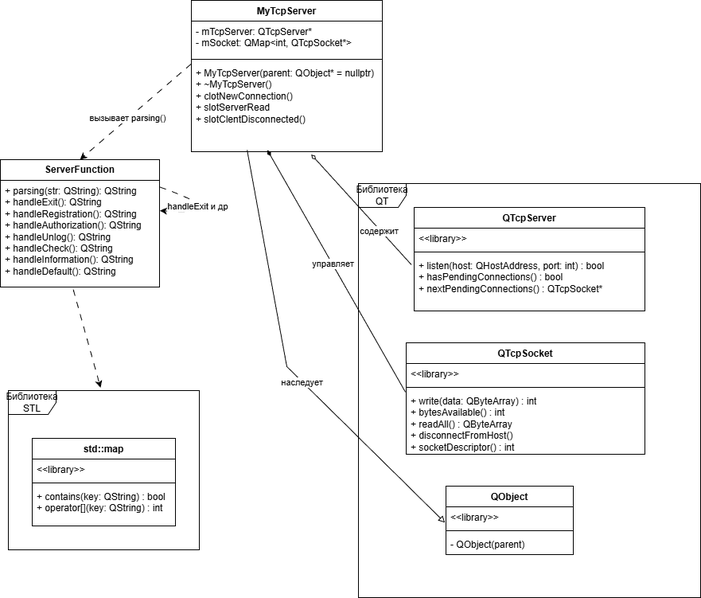
Above: diargamma/Class_diagram.drawio.png in lububu-ai/DreamTeam (draw.io), before the change. Source tidied: cells renumbered, new cells last; positions are measured from the earlier drawing's top-left corner, leaving out a move shared by most shapes.
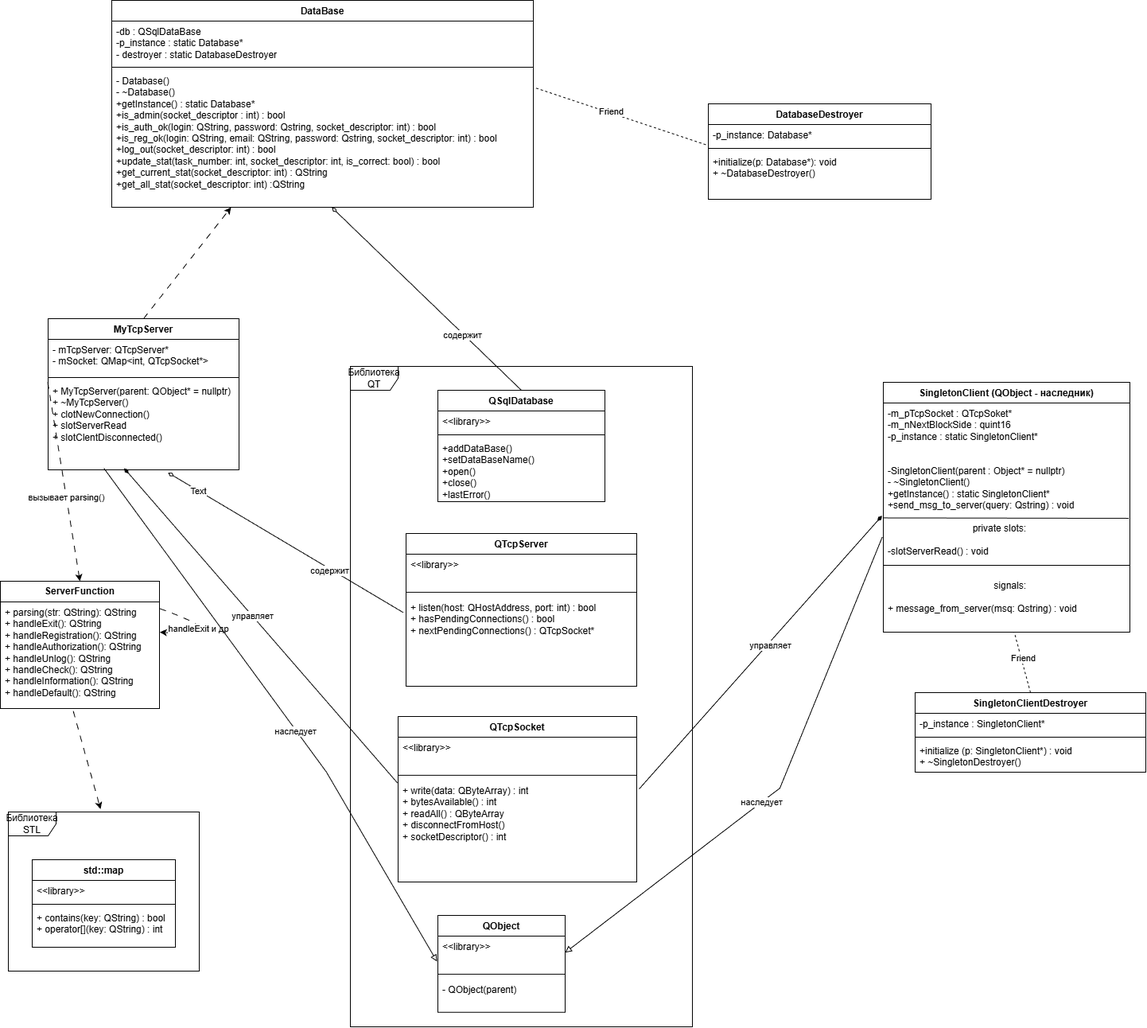
After the change.

What changed in the source:
```diff
@@ -3,7 +3,7 @@
     <mxCell id="0" />
     <mxCell id="1" parent="0" />
     <mxCell id="2" value="MyTcpServer" style="swimlane;fontStyle=1;align=center;verticalAlign=top;horizontal=1;startSize=26;whiteSpace=wrap;html=1;" parent="1" vertex="1">
-      <mxGeometry x="240" width="240" height="190" as="geometry" />
+      <mxGeometry x="60" y="-130" width="240" height="190" as="geometry" />
     </mxCell>
     <mxCell id="3" value="- mTcpServer: QTcpServer*&lt;div&gt;- mSocket: QMap&amp;lt;int, QTcpSocket*&amp;gt;&lt;br&gt;&lt;div&gt;&lt;br&gt;&lt;/div&gt;&lt;/div&gt;" style="text;strokeColor=none;fillColor=none;align=left;verticalAlign=top;spacingLeft=4;spacingRight=4;overflow=hidden;whiteSpace=wrap;html=1;" parent="2" vertex="1">
       <mxGeometry y="26" width="240" height="44" as="geometry" />
@@ -49,51 +49,63 @@
       <mxGeometry y="60" width="180" height="50" as="geometry" />
     </mxCell>
     <mxCell id="16" style="group;" parent="1" vertex="1">
-      <mxGeometry x="450" y="230" width="430" height="520" as="geometry" />
+      <mxGeometry x="440" y="-70" width="430" height="830" as="geometry" />
     </mxCell>
     <mxCell id="17" value="Библиотека QT" style="shape=umlFrame;whiteSpace=wrap;html=1;" parent="16" vertex="1">
-      <mxGeometry width="430" height="520" as="geometry" />
+      <mxGeometry width="430" height="830" as="geometry" />
     </mxCell>
     <mxCell id="18" value="QTcpServer" style="swimlane;fontStyle=1;align=center;verticalAlign=top;horizontal=1;startSize=26;whiteSpace=wrap;html=1;" parent="16" vertex="1">
-      <mxGeometry x="70" y="30" width="290" height="130" as="geometry" />
+      <mxGeometry x="70" y="210" width="290" height="192" as="geometry" />
     </mxCell>
     <mxCell id="19" value="&amp;lt;&amp;lt;library&amp;gt;&amp;gt;" style="text;strokeColor=none;fillColor=none;align=left;verticalAlign=top;spacingLeft=4;spacingRight=4;overflow=hidden;whiteSpace=wrap;html=1;" parent="18" vertex="1">
-      <mxGeometry y="26" width="290" height="26" as="geometry" />
+      <mxGeometry y="26" width="290" height="41.5" as="geometry" />
     </mxCell>
     <mxCell id="20" style="line;strokeWidth=1;fillColor=none;align=left;verticalAlign=middle;spacingTop=-1;spacingLeft=3;spacingRight=3;labelPosition=right;strokeColor=inherit;" parent="18" vertex="1">
-      <mxGeometry y="52" width="290" height="8" as="geometry" />
+      <mxGeometry y="67.5" width="290" height="12.8" as="geometry" />
     </mxCell>
     <mxCell id="21" value="+ listen(host: QHostAddress, port: int) : bool&lt;div&gt;+ hasPendingConnections() : bool&lt;/div&gt;&lt;div&gt;+ nextPendingConnections() : QTcpSocket*&lt;/div&gt;" style="text;strokeColor=none;fillColor=none;align=left;verticalAlign=top;spacingLeft=4;spacingRight=4;overflow=hidden;points=[[0,0.5],[1,0.5]];portConstraint=eastwest;whiteSpace=wrap;html=1;" parent="18" vertex="1">
-      <mxGeometry y="60" width="290" height="70" as="geometry" />
+      <mxGeometry y="80.3" width="290" height="111.7" as="geometry" />
     </mxCell>
     <mxCell id="22" value="QTcpSocket" style="swimlane;fontStyle=1;align=center;verticalAlign=top;horizontal=1;startSize=26;whiteSpace=wrap;html=1;" parent="16" vertex="1">
-      <mxGeometry x="60" y="200" width="300" height="140" as="geometry" />
+      <mxGeometry x="60" y="440" width="300" height="208" as="geometry" />
     </mxCell>
     <mxCell id="23" value="&amp;lt;&amp;lt;library&amp;gt;&amp;gt;" style="text;strokeColor=none;fillColor=none;align=left;verticalAlign=top;spacingLeft=4;spacingRight=4;overflow=hidden;whiteSpace=wrap;html=1;" parent="22" vertex="1">
-      <mxGeometry y="26" width="300" height="26" as="geometry" />
+      <mxGeometry y="26" width="300" height="41.5" as="geometry" />
     </mxCell>
     <mxCell id="24" style="line;strokeWidth=1;fillColor=none;align=left;verticalAlign=middle;spacingTop=-1;spacingLeft=3;spacingRight=3;labelPosition=right;strokeColor=inherit;" parent="22" vertex="1">
-      <mxGeometry y="52" width="300" height="8" as="geometry" />
+      <mxGeometry y="67.5" width="300" height="12.8" as="geometry" />
     </mxCell>
     <mxCell id="25" value="+ write(data: QByteArray) : int&lt;div&gt;+ bytesAvailable() : int&lt;/div&gt;&lt;div&gt;+ readAll() : QByteArray&lt;/div&gt;&lt;div&gt;+ disconnectFromHost()&lt;/div&gt;&lt;div&gt;+ socketDescriptor() : int&lt;/div&gt;&lt;div&gt;&lt;br&gt;&lt;/div&gt;" style="text;strokeColor=none;fillColor=none;align=left;verticalAlign=top;spacingLeft=4;spacingRight=4;overflow=hidden;points=[[0,0.5],[1,0.5]];portConstraint=eastwest;whiteSpace=wrap;html=1;" parent="22" vertex="1">
-      <mxGeometry y="60" width="300" height="80" as="geometry" />
+      <mxGeometry y="80.3" width="300" height="127.7" as="geometry" />
     </mxCell>
     <mxCell id="26" value="QObject" style="swimlane;fontStyle=1;align=center;verticalAlign=top;horizontal=1;startSize=26;whiteSpace=wrap;html=1;" parent="16" vertex="1">
-      <mxGeometry x="110" y="380" width="160" height="86" as="geometry" />
+      <mxGeometry x="110" y="690" width="160" height="121.8" as="geometry" />
     </mxCell>
     <mxCell id="27" value="&amp;lt;&amp;lt;library&amp;gt;&amp;gt;" style="text;strokeColor=none;fillColor=none;align=left;verticalAlign=top;spacingLeft=4;spacingRight=4;overflow=hidden;points=[[0,0.5],[1,0.5]];portConstraint=eastwest;whiteSpace=wrap;html=1;" parent="26" vertex="1">
-      <mxGeometry y="26" width="160" height="26" as="geometry" />
+      <mxGeometry y="26" width="160" height="41.5" as="geometry" />
     </mxCell>
     <mxCell id="28" style="line;strokeWidth=1;fillColor=none;align=left;verticalAlign=middle;spacingTop=-1;spacingLeft=3;spacingRight=3;labelPosition=right;strokeColor=inherit;" parent="26" vertex="1">
-      <mxGeometry y="52" width="160" height="8" as="geometry" />
+      <mxGeometry y="67.5" width="160" height="12.8" as="geometry" />
     </mxCell>
     <mxCell id="29" value="- QObject(parent)" style="text;strokeColor=none;fillColor=none;align=left;verticalAlign=top;spacingLeft=4;spacingRight=4;overflow=hidden;whiteSpace=wrap;html=1;" parent="26" vertex="1">
-      <mxGeometry y="60" width="160" height="26" as="geometry" />
+      <mxGeometry y="80.3" width="160" height="41.5" as="geometry" />
     </mxCell>
+    <mxCell id="39" value="QSqlDatabase" style="swimlane;fontStyle=1;align=center;verticalAlign=top;horizontal=1;startSize=26;whiteSpace=wrap;html=1;" parent="16" vertex="1">
+      <mxGeometry x="110" y="30" width="210" height="140" as="geometry" />
+    </mxCell>
+    <mxCell id="40" value="&amp;lt;&amp;lt;library&amp;gt;&amp;gt;" style="text;strokeColor=none;fillColor=none;align=left;verticalAlign=top;spacingLeft=4;spacingRight=4;overflow=hidden;whiteSpace=wrap;html=1;" parent="39" vertex="1">
+      <mxGeometry y="26" width="210" height="26" as="geometry" />
+    </mxCell>
+    <mxCell id="41" style="line;strokeWidth=1;fillColor=none;align=left;verticalAlign=middle;spacingTop=-1;spacingLeft=3;spacingRight=3;labelPosition=right;strokeColor=inherit;" parent="39" vertex="1">
+      <mxGeometry y="52" width="210" height="8" as="geometry" />
+    </mxCell>
+    <mxCell id="42" value="+addDataBase()&lt;div&gt;+setDataBaseName()&lt;/div&gt;&lt;div&gt;+open()&lt;/div&gt;&lt;div&gt;+close()&lt;/div&gt;&lt;div&gt;+lastError()&lt;br&gt;&lt;div&gt;&lt;br&gt;&lt;/div&gt;&lt;/div&gt;" style="text;strokeColor=none;fillColor=none;align=left;verticalAlign=top;spacingLeft=4;spacingRight=4;overflow=hidden;whiteSpace=wrap;html=1;" parent="39" vertex="1">
+      <mxGeometry y="60" width="210" height="80" as="geometry" />
+    </mxCell>
     <mxCell id="30" style="endArrow=block;html=1;rounded=0;exitX=0.292;exitY=0.982;exitDx=0;exitDy=0;exitPerimeter=0;entryX=-0.007;entryY=0.769;entryDx=0;entryDy=0;entryPerimeter=0;endFill=0;" parent="1" edge="1" source="5" target="27">
       <mxGeometry relative="1" as="geometry">
         <Array as="points">
-          <mxPoint x="360" y="460" />
+          <mxPoint x="410" y="440" />
         </Array>
       </mxGeometry>
     </mxCell>
@@ -108,6 +120,11 @@
         <mxPoint x="-1" as="offset" />
       </mxGeometry>
     </mxCell>
+    <mxCell id="43" value="Text" style="edgeLabel;html=1;align=center;verticalAlign=middle;" parent="32" vertex="1">
+      <mxGeometry x="0.74" relative="1" as="geometry">
+        <mxPoint x="-1" as="offset" />
+      </mxGeometry>
+    </mxCell>
     <mxCell id="34" style="endArrow=diamondThin;html=1;rounded=0;exitX=-0.003;exitY=0.025;exitDx=0;exitDy=0;exitPerimeter=0;endFill=1;entryX=0.398;entryY=0.982;entryDx=0;entryDy=0;entryPerimeter=0;" parent="1" edge="1" source="25" target="5">
       <mxGeometry relative="1" as="geometry" />
     </mxCell>
@@ -125,5 +142,116 @@
     <mxCell id="38" style="endArrow=classic;html=1;rounded=0;exitX=0.458;exitY=1.024;exitDx=0;exitDy=0;exitPerimeter=0;entryX=0.483;entryY=-0.018;entryDx=0;entryDy=0;entryPerimeter=0;dashed=1;dashPattern=8 8;" parent="1" edge="1" source="7" target="11">
       <mxGeometry relative="1" as="geometry" />
     </mxCell>
+    <mxCell id="44" value="SingletonClient (QObject - наследник)&lt;div&gt;&lt;br&gt;&lt;/div&gt;" style="swimlane;fontStyle=1;align=center;verticalAlign=top;horizontal=1;startSize=26;whiteSpace=wrap;html=1;" parent="1" vertex="1">
+      <mxGeometry x="1110" y="-50" width="310" height="314" as="geometry" />
+    </mxCell>
+    <mxCell id="45" style="group;" parent="44" vertex="1">
+      <mxGeometry y="26" width="310" height="288" as="geometry" />
+    </mxCell>
+    <mxCell id="46" value="-m_pTcpSocket : QTcpSoket*&lt;div&gt;-m_nNextBlockSide : quint16&lt;/div&gt;&lt;div&gt;-p_instance : static SingletonClient*&lt;/div&gt;" style="text;strokeColor=none;fillColor=none;align=left;verticalAlign=top;spacingLeft=4;spacingRight=4;overflow=hidden;whiteSpace=wrap;html=1;" parent="45" vertex="1">
+      <mxGeometry width="310" height="64" as="geometry" />
+    </mxCell>
+    <mxCell id="47" style="line;strokeWidth=1;fillColor=none;align=left;verticalAlign=middle;spacingTop=-1;spacingLeft=3;spacingRight=3;labelPosition=right;strokeColor=inherit;" parent="45" vertex="1">
+      <mxGeometry y="64" width="310" height="8" as="geometry" />
+    </mxCell>
+    <mxCell id="48" value="-SingletonClient(parent : Object* = nullptr)&lt;div&gt;- ~SingletonClient()&lt;/div&gt;&lt;div&gt;+getInstance() : static SingletonClient*&lt;/div&gt;&lt;div&gt;+send_msg_to_server(query: Qstring) : void&lt;/div&gt;" style="text;strokeColor=none;fillColor=none;align=left;verticalAlign=top;spacingLeft=4;spacingRight=4;overflow=hidden;whiteSpace=wrap;html=1;" parent="45" vertex="1">
+      <mxGeometry y="72" width="310" height="72" as="geometry" />
+    </mxCell>
+    <mxCell id="49" value="&lt;span style=&quot;white-space: pre;&quot;&gt;&#9;&lt;/span&gt;&lt;span style=&quot;white-space: pre;&quot;&gt;&#9;&lt;/span&gt;&lt;span style=&quot;white-space: pre;&quot;&gt;&#9;&lt;span style=&quot;white-space: pre;&quot;&gt;&#9;&lt;/span&gt;&lt;/span&gt;private slots:&lt;div&gt;&lt;br&gt;&lt;div&gt;-slotServerRead() : void&lt;/div&gt;&lt;div&gt;&lt;br&gt;&lt;/div&gt;&lt;/div&gt;" style="text;strokeColor=none;fillColor=none;align=left;verticalAlign=top;spacingLeft=4;spacingRight=4;overflow=hidden;points=[[0,0.5],[1,0.5]];portConstraint=eastwest;whiteSpace=wrap;html=1;" parent="45" vertex="1">
+      <mxGeometry y="144" width="310" height="72" as="geometry" />
+    </mxCell>
+    <mxCell id="50" style="endArrow=none;html=1;rounded=0;exitX=0.001;exitY=0.006;exitDx=0;exitDy=0;exitPerimeter=0;entryX=0.995;entryY=0.013;entryDx=0;entryDy=0;entryPerimeter=0;" parent="45" edge="1" source="49" target="49">
+      <mxGeometry relative="1" as="geometry" />
+    </mxCell>
+    <mxCell id="51" style="endArrow=none;html=1;rounded=0;exitX=0;exitY=0.5;exitDx=0;exitDy=0;entryX=1;entryY=0.5;entryDx=0;entryDy=0;" parent="45" edge="1">
+      <mxGeometry relative="1" as="geometry">
+        <mxPoint y="204" as="sourcePoint" />
+        <mxPoint x="310" y="204" as="targetPoint" />
+      </mxGeometry>
+    </mxCell>
+    <mxCell id="52" value="&lt;span style=&quot;white-space: pre;&quot;&gt;&#9;&lt;/span&gt;&lt;span style=&quot;white-space: pre;&quot;&gt;&#9;&lt;/span&gt;&lt;span style=&quot;white-space: pre;&quot;&gt;&#9;&lt;/span&gt;&lt;span style=&quot;white-space: pre;&quot;&gt;&#9;&lt;/span&gt;&lt;span style=&quot;white-space: pre;&quot;&gt;&#9;&lt;/span&gt;signals:&lt;div&gt;&lt;br&gt;&lt;/div&gt;&lt;div&gt;+ message_from_server(msq: Qstring) : void&lt;br&gt;&lt;div&gt;&lt;br&gt;&lt;/div&gt;&lt;/div&gt;" style="text;strokeColor=none;fillColor=none;align=left;verticalAlign=top;spacingLeft=4;spacingRight=4;overflow=hidden;points=[[0,0.5],[1,0.5]];portConstraint=eastwest;whiteSpace=wrap;html=1;" parent="45" vertex="1">
+      <mxGeometry y="216" width="310" height="72" as="geometry" />
+    </mxCell>
+    <mxCell id="53" style="endArrow=diamondThin;html=1;rounded=0;exitX=1.01;exitY=0.085;exitDx=0;exitDy=0;exitPerimeter=0;endFill=1;entryX=-0.005;entryY=-0.032;entryDx=0;entryDy=0;entryPerimeter=0;" parent="1" edge="1" source="25" target="49">
+      <mxGeometry relative="1" as="geometry" />
+    </mxCell>
+    <mxCell id="54" value="управляет" style="edgeLabel;html=1;align=center;verticalAlign=middle;" parent="53" vertex="1">
+      <mxGeometry x="0.07" y="-1" relative="1" as="geometry">
+        <mxPoint y="1" as="offset" />
+      </mxGeometry>
+    </mxCell>
+    <mxCell id="55" value="SingletonClientDestroyer" style="swimlane;fontStyle=1;align=center;verticalAlign=top;horizontal=1;startSize=26;whiteSpace=wrap;html=1;" parent="1" vertex="1">
+      <mxGeometry x="1150" y="340" width="290" height="100" as="geometry" />
+    </mxCell>
+    <mxCell id="56" value="-p_instance : SingletonClient*" style="text;strokeColor=none;fillColor=none;align=left;verticalAlign=top;spacingLeft=4;spacingRight=4;overflow=hidden;whiteSpace=wrap;html=1;" parent="55" vertex="1">
+      <mxGeometry y="26" width="290" height="26" as="geometry" />
+    </mxCell>
+    <mxCell id="57" style="line;strokeWidth=1;fillColor=none;align=left;verticalAlign=middle;spacingTop=-1;spacingLeft=3;spacingRight=3;labelPosition=right;strokeColor=inherit;" parent="55" vertex="1">
+      <mxGeometry y="52" width="290" height="8" as="geometry" />
+    </mxCell>
+    <mxCell id="58" value="+initialize (p: SingletonClient*) : void&lt;div&gt;+ ~SingletonDestroyer()&lt;/div&gt;" style="text;strokeColor=none;fillColor=none;align=left;verticalAlign=top;spacingLeft=4;spacingRight=4;overflow=hidden;whiteSpace=wrap;html=1;" parent="55" vertex="1">
+      <mxGeometry y="60" width="290" height="40" as="geometry" />
+    </mxCell>
+    <mxCell id="59" style="endArrow=block;html=1;rounded=0;exitX=-0.004;exitY=0.339;exitDx=0;exitDy=0;exitPerimeter=0;entryX=1;entryY=0.5;entryDx=0;entryDy=0;endFill=0;" parent="1" edge="1" source="49" target="27">
+      <mxGeometry relative="1" as="geometry">
+        <Array as="points">
+          <mxPoint x="980" y="460" />
+        </Array>
+      </mxGeometry>
+    </mxCell>
+    <mxCell id="60" value="наследует" style="edgeLabel;html=1;align=center;verticalAlign=middle;" parent="59" vertex="1">
+      <mxGeometry x="0.09" y="-1" relative="1" as="geometry" />
+    </mxCell>
+    <mxCell id="61" style="endArrow=none;dashed=1;html=1;rounded=0;exitX=0.5;exitY=0;exitDx=0;exitDy=0;" parent="1" edge="1" source="55" target="52">
+      <mxGeometry relative="1" as="geometry" />
+    </mxCell>
+    <mxCell id="62" value="Friend" style="edgeLabel;html=1;align=center;verticalAlign=middle;" parent="61" vertex="1">
+      <mxGeometry x="0.14" y="-1" relative="1" as="geometry">
+        <mxPoint y="-1" as="offset" />
+      </mxGeometry>
+    </mxCell>
+    <mxCell id="63" value="DataBase" style="swimlane;fontStyle=1;align=center;verticalAlign=top;horizontal=1;startSize=26;whiteSpace=wrap;html=1;" parent="1" vertex="1">
+      <mxGeometry x="140" y="-530" width="530" height="260" as="geometry" />
+    </mxCell>
+    <mxCell id="64" value="-db : QSqlDataBase&lt;div&gt;-p_instance : static Database*&lt;/div&gt;&lt;div&gt;- destroyer : static DatabaseDestroyer&lt;br&gt;&lt;div&gt;&lt;br&gt;&lt;/div&gt;&lt;/div&gt;" style="text;strokeColor=none;fillColor=none;align=left;verticalAlign=top;spacingLeft=4;spacingRight=4;overflow=hidden;whiteSpace=wrap;html=1;" parent="63" vertex="1">
+      <mxGeometry y="26" width="530" height="54" as="geometry" />
+    </mxCell>
+    <mxCell id="65" style="line;strokeWidth=1;fillColor=none;align=left;verticalAlign=middle;spacingTop=-1;spacingLeft=3;spacingRight=3;labelPosition=right;strokeColor=inherit;" parent="63" vertex="1">
+      <mxGeometry y="80" width="530" height="8" as="geometry" />
+    </mxCell>
+    <mxCell id="66" value="- Database()&lt;div&gt;- ~Database()&lt;br&gt;+getInstance() : static Database*&lt;/div&gt;&lt;div&gt;+is_admin(socket_descriptor : int) : bool&lt;/div&gt;&lt;div&gt;+is_auth_ok(login: QString, password: Qstring, socket_descriptor: int) : bool&lt;/div&gt;&lt;div&gt;+is_reg_ok(&lt;span style=&quot;background-color: transparent; color: light-dark(rgb(0, 0, 0), rgb(255, 255, 255));&quot;&gt;login: QString, email: QString, password: Qstring, socket_descriptor: int) : bool&lt;/span&gt;&lt;/div&gt;&lt;div&gt;&lt;span style=&quot;background-color: transparent; color: light-dark(rgb(0, 0, 0), rgb(255, 255, 255));&quot;&gt;+log_out(socket_descriptor: int) : bool&lt;/span&gt;&lt;/div&gt;&lt;div&gt;&lt;span style=&quot;background-color: transparent; color: light-dark(rgb(0, 0, 0), rgb(255, 255, 255));&quot;&gt;+update_stat(task_number: int, socket_descriptor: int, is_correct: bool) : bool&lt;/span&gt;&lt;/div&gt;&lt;div&gt;&lt;span style=&quot;background-color: transparent; color: light-dark(rgb(0, 0, 0), rgb(255, 255, 255));&quot;&gt;+get_current_stat(socket_descriptor: int) : QString&lt;/span&gt;&lt;/div&gt;&lt;div&gt;&lt;span style=&quot;background-color: transparent; color: light-dark(rgb(0, 0, 0), rgb(255, 255, 255));&quot;&gt;+get_all_stat(socket_descriptor: int) :QString&lt;/span&gt;&lt;/div&gt;" style="text;strokeColor=none;fillColor=none;align=left;verticalAlign=top;spacingLeft=4;spacingRight=4;overflow=hidden;points=[[0,0.5],[1,0.5]];portConstraint=eastwest;whiteSpace=wrap;html=1;" parent="63" vertex="1">
+      <mxGeometry y="88" width="530" height="172" as="geometry" />
+    </mxCell>
+    <mxCell id="67" value="DatabaseDestroyer" style="swimlane;fontStyle=1;align=center;verticalAlign=top;horizontal=1;startSize=26;whiteSpace=wrap;html=1;" parent="1" vertex="1">
+      <mxGeometry x="890" y="-400" width="280" height="120" as="geometry" />
+    </mxCell>
+    <mxCell id="68" value="-p_instance: Database*" style="text;strokeColor=none;fillColor=none;align=left;verticalAlign=top;spacingLeft=4;spacingRight=4;overflow=hidden;points=[[0,0.5],[1,0.5]];portConstraint=eastwest;whiteSpace=wrap;html=1;" parent="67" vertex="1">
+      <mxGeometry y="26" width="280" height="26" as="geometry" />
+    </mxCell>
+    <mxCell id="69" style="line;strokeWidth=1;fillColor=none;align=left;verticalAlign=middle;spacingTop=-1;spacingLeft=3;spacingRight=3;labelPosition=right;strokeColor=inherit;" parent="67" vertex="1">
+      <mxGeometry y="52" width="280" height="8" as="geometry" />
+    </mxCell>
+    <mxCell id="70" value="+initialize(p: Database*): void&lt;div&gt;+ ~DatabaseDestroyer()&lt;br&gt;&lt;div&gt;&lt;br&gt;&lt;/div&gt;&lt;/div&gt;" style="text;strokeColor=none;fillColor=none;align=left;verticalAlign=top;spacingLeft=4;spacingRight=4;overflow=hidden;whiteSpace=wrap;html=1;" parent="67" vertex="1">
+      <mxGeometry y="60" width="280" height="60" as="geometry" />
+    </mxCell>
+    <mxCell id="71" style="endArrow=none;dashed=1;html=1;rounded=0;exitX=-0.011;exitY=0.979;exitDx=0;exitDy=0;entryX=1.005;entryY=0.128;entryDx=0;entryDy=0;entryPerimeter=0;exitPerimeter=0;" parent="1" edge="1" source="68" target="66">
+      <mxGeometry relative="1" as="geometry" />
+    </mxCell>
+    <mxCell id="72" value="Friend" style="edgeLabel;html=1;align=center;verticalAlign=middle;" parent="71" vertex="1">
+      <mxGeometry x="0.14" y="-1" relative="1" as="geometry">
+        <mxPoint y="-1" as="offset" />
+      </mxGeometry>
+    </mxCell>
+    <mxCell id="73" style="endArrow=diamondThin;html=1;rounded=0;entryX=0.522;entryY=1.001;entryDx=0;entryDy=0;entryPerimeter=0;endFill=0;exitX=0.5;exitY=0;exitDx=0;exitDy=0;" parent="1" edge="1" source="39" target="66">
+      <mxGeometry relative="1" as="geometry" />
+    </mxCell>
+    <mxCell id="74" value="содержит" style="edgeLabel;html=1;align=center;verticalAlign=middle;" parent="73" vertex="1">
+      <mxGeometry x="-0.38" y="1" relative="1" as="geometry">
+        <mxPoint x="-1" as="offset" />
+      </mxGeometry>
+    </mxCell>
+    <mxCell id="75" style="endArrow=classic;html=1;rounded=0;exitX=0.5;exitY=0;exitDx=0;exitDy=0;entryX=0.283;entryY=1;entryDx=0;entryDy=0;entryPerimeter=0;dashed=1;dashPattern=8 8;" parent="1" edge="1" source="2" target="66">
+      <mxGeometry relative="1" as="geometry" />
+    </mxCell>
   </root>
 </mxGraphModel>
```
